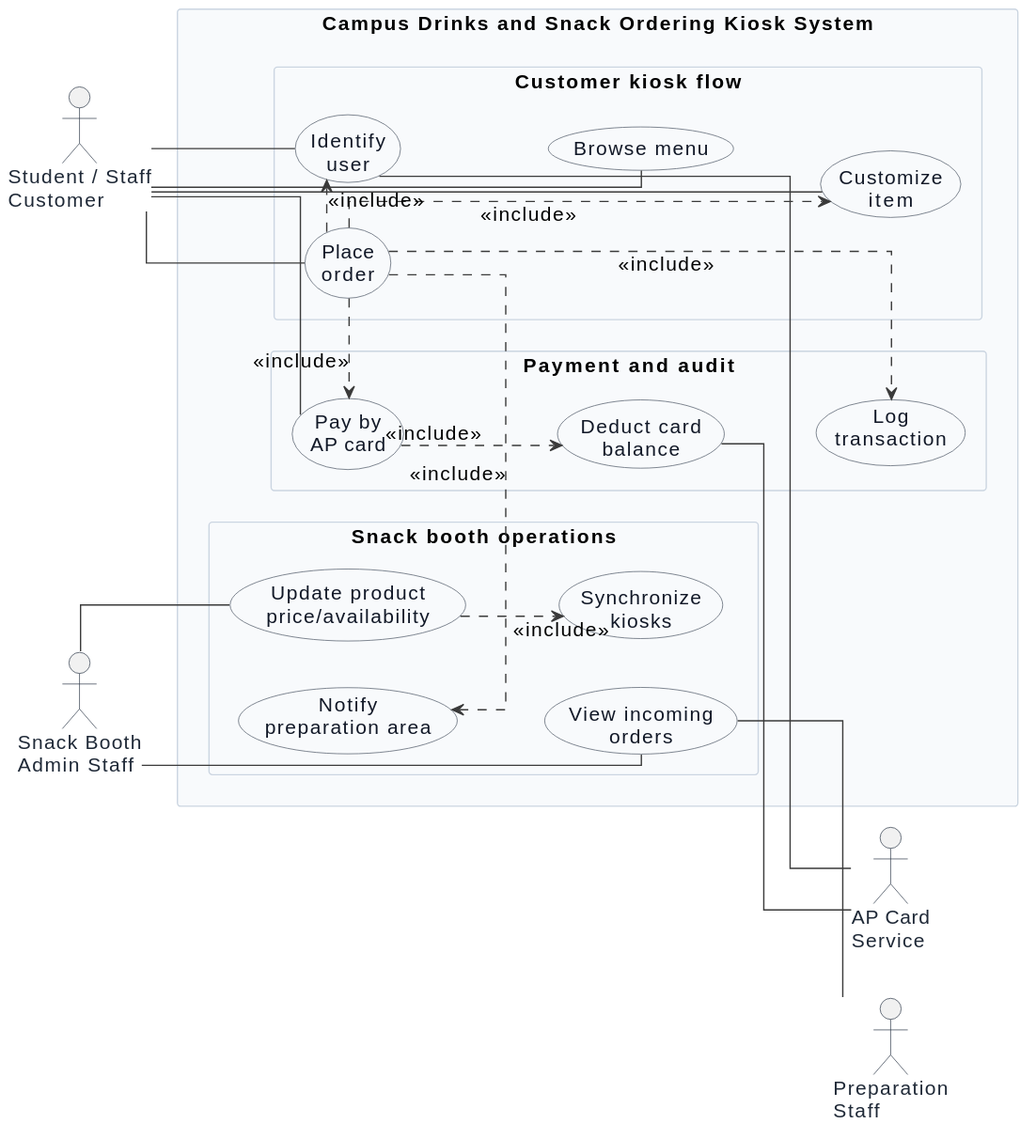
Before: diagrams/rendered/01-use-case.svg, a diagram exported from PlantUML (Avernum33/UML_OMU_mini_project).
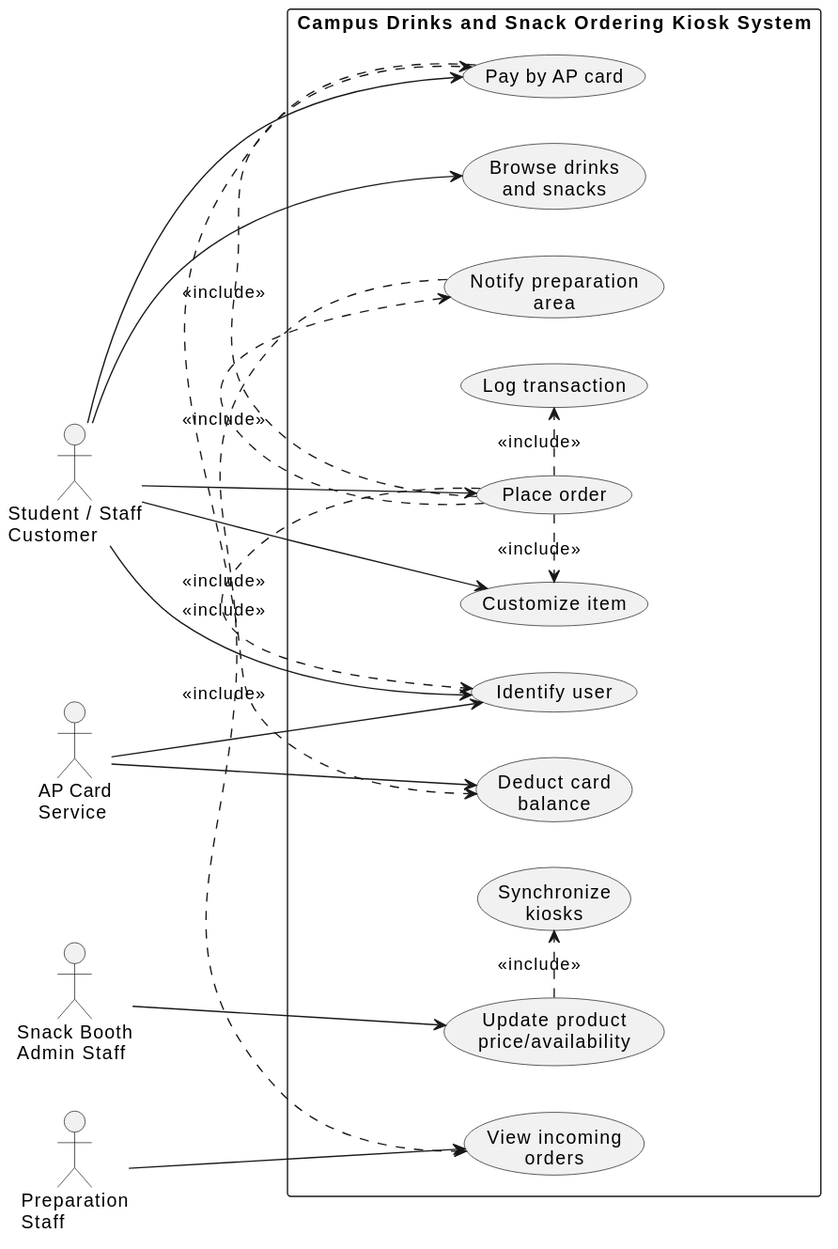
Above is the later version.

Commit message:
Restore original use case diagram

Diff of the diagram source:
```diff
@@ -2,76 +2,45 @@
 left to right direction
 skinparam packageStyle rectangle
 skinparam shadowing false
-skinparam linetype ortho
-skinparam ArrowColor #3A3A3A
-skinparam ActorBorderColor #2F3A4A
-skinparam ActorFontColor #1F2937
-skinparam UsecaseBorderColor #4B5563
-skinparam UsecaseBackgroundColor #F8FAFC
-skinparam UsecaseFontColor #111827
-skinparam RectangleBorderColor #94A3B8
-skinparam RectangleBackgroundColor #FFFFFF
-skinparam packageBorderColor #CBD5E1
-skinparam packageBackgroundColor #F8FAFC
-skinparam defaultFontName Arial
-skinparam defaultFontSize 15
 
 actor "Student / Staff\nCustomer" as Customer
 actor "Snack Booth\nAdmin Staff" as Admin
+actor "Preparation\nStaff" as Prep
 actor "AP Card\nService" as CardService
-actor "Preparation\nStaff" as Prep
 
 rectangle "Campus Drinks and Snack Ordering Kiosk System" {
-  rectangle "Customer kiosk flow" {
-    usecase "Identify\nuser" as UC_IDENT
-    usecase "Browse menu" as UC_BROWSE
-    usecase "Customize\nitem" as UC_CUSTOMIZE
-    usecase "Place\norder" as UC_PLACE
-
-    UC_IDENT -[hidden]down- UC_BROWSE
-    UC_BROWSE -[hidden]down- UC_CUSTOMIZE
-    UC_CUSTOMIZE -[hidden]down- UC_PLACE
-  }
-
-  rectangle "Payment and audit" {
-    usecase "Pay by\nAP card" as UC_PAY
-    usecase "Deduct card\nbalance" as UC_DEDUCT
-    usecase "Log\ntransaction" as UC_LOG
-
-    UC_PAY -[hidden]down- UC_DEDUCT
-    UC_DEDUCT -[hidden]down- UC_LOG
-  }
-
-  rectangle "Snack booth operations" {
-    usecase "Notify\npreparation area" as UC_NOTIFY
-    usecase "View incoming\norders" as UC_VIEW
-    usecase "Update product\nprice/availability" as UC_UPDATE
-    usecase "Synchronize\nkiosks" as UC_SYNC
-
-    UC_NOTIFY -[hidden]down- UC_VIEW
-    UC_UPDATE -[hidden]down- UC_SYNC
-  }
+  usecase "Identify user" as UC1
+  usecase "Browse drinks\nand snacks" as UC2
+  usecase "Customize item" as UC3
+  usecase "Place order" as UC4
+  usecase "Pay by AP card" as UC5
+  usecase "Deduct card\nbalance" as UC6
+  usecase "Notify preparation\narea" as UC7
+  usecase "Log transaction" as UC8
+  usecase "Update product\nprice/availability" as UC9
+  usecase "Synchronize\nkiosks" as UC10
+  usecase "View incoming\norders" as UC11
 }
 
-Customer -- UC_BROWSE
-Customer -- UC_CUSTOMIZE
-Customer -- UC_IDENT
-Customer -- UC_PLACE
-Customer -- UC_PAY
+Customer --> UC1
+Customer --> UC2
+Customer --> UC3
+Customer --> UC4
+Customer --> UC5
 
-UC_PLACE .> UC_IDENT : <<include>>
-UC_PLACE .> UC_CUSTOMIZE : <<include>>
-UC_PLACE .> UC_PAY : <<include>>
-UC_PLACE .> UC_NOTIFY : <<include>>
-UC_PLACE .> UC_LOG : <<include>>
-UC_PAY .> UC_DEDUCT : <<include>>
+UC4 .> UC1 : <<include>>
+UC4 .> UC3 : <<include>>
+UC4 .> UC5 : <<include>>
+UC4 .> UC7 : <<include>>
+UC4 .> UC8 : <<include>>
+UC5 .> UC6 : <<include>>
 
-UC_IDENT -- CardService
-UC_DEDUCT -- CardService
+CardService --> UC1
+CardService --> UC6
 
-Admin -- UC_UPDATE
-Admin -- UC_VIEW
-UC_UPDATE .> UC_SYNC : <<include>>
+Admin --> UC9
+UC9 .> UC10 : <<include>>
 
-UC_VIEW -- Prep
+Prep --> UC11
+UC7 .> UC11 : <<include>>
 @enduml
```
